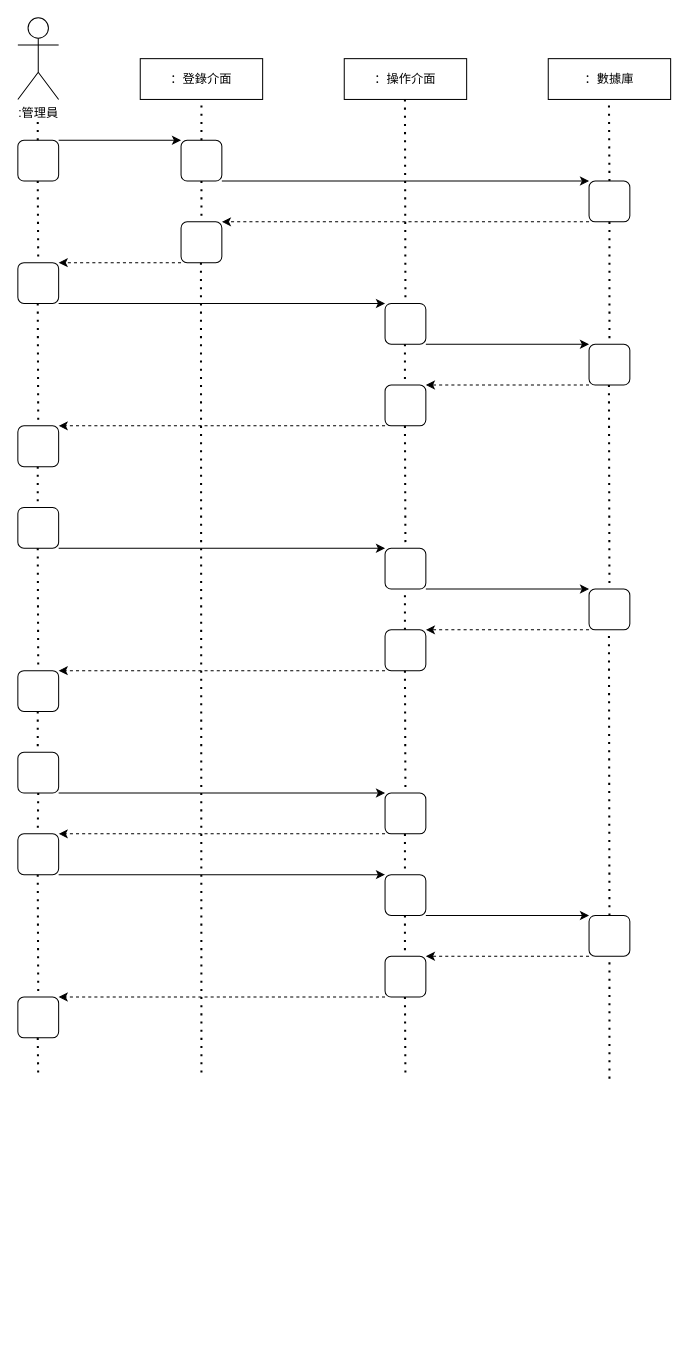
Above: drawio/UML模型圖/圖5-3 系統功能時序圖.drawio in Roseller37/UML-diagram2 (draw.io), before the change. Source tidied: cells renumbered, new cells numbered last; positions are measured from the earlier drawing's top-left corner, leaving out a move shared by most shapes. Both pictures are drawn from the tidied source at 102%, with x=0, y=0 at pixel (17, 17).
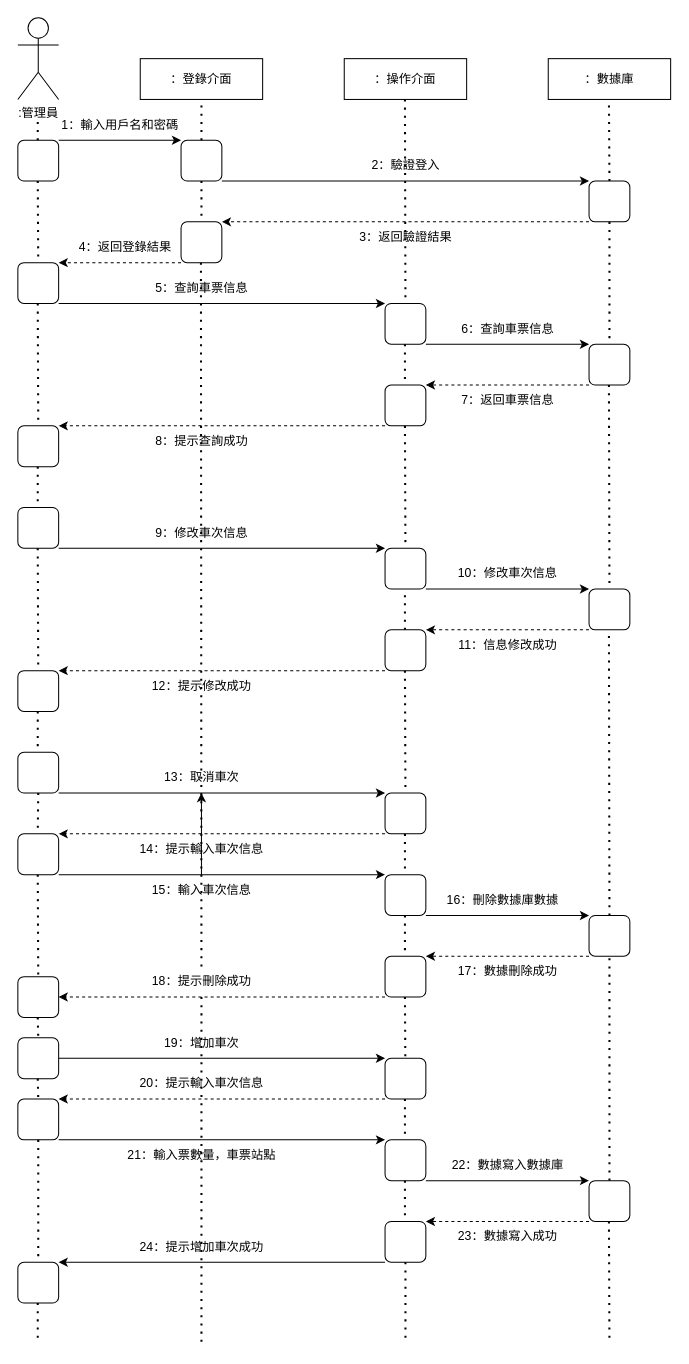
The same page after the edit.

Commit message (it also covers changes not shown here):
更新圖5-3 系統功能時序圖.drawio

The change refers to these unchanged cells:
```xml
<mxCell id="24" style="rounded=1;whiteSpace=wrap;html=1;direction=south;" parent="1" vertex="1">
  <mxGeometry x="560" y="880" width="40" height="40" as="geometry" />
</mxCell>
<mxCell id="25" style="rounded=1;whiteSpace=wrap;html=1;direction=south;" parent="1" vertex="1">
  <mxGeometry x="360" y="920" width="40" height="40" as="geometry" />
</mxCell>
```

What changed in the source:
```diff
@@
     <mxCell id="26" style="rounded=1;whiteSpace=wrap;html=1;direction=south;" parent="1" vertex="1">
-      <mxGeometry y="960" width="40" height="40" as="geometry" />
+      <mxGeometry y="940" width="40" height="40" as="geometry" />
     </mxCell>
@@
-    <mxCell id="30" style="endArrow=none;dashed=1;html=1;dashPattern=1 3;strokeWidth=2;rounded=0;" parent="1" edge="1">
+    <mxCell id="30" style="endArrow=none;dashed=1;html=1;dashPattern=1 3;strokeWidth=2;rounded=0;" parent="1" edge="1" source="89">
       <mxGeometry relative="1" as="geometry">
-        <mxPoint x="179.5" y="240" as="sourcePoint" />
-        <mxPoint x="180" y="1040" as="targetPoint" />
+        <mxPoint x="180" y="1300" as="targetPoint" />
       </mxGeometry>
     </mxCell>
@@
-    <mxCell id="40" style="endArrow=none;dashed=1;html=1;dashPattern=1 3;strokeWidth=2;rounded=0;entryX=0;entryY=0.5;entryDx=0;entryDy=0;" parent="1" edge="1">
+    <mxCell id="40" style="endArrow=none;dashed=1;html=1;dashPattern=1 3;strokeWidth=2;rounded=0;" parent="1" edge="1">
       <mxGeometry relative="1" as="geometry">
         <mxPoint x="19.5" y="840" as="sourcePoint" />
-        <mxPoint x="20" y="960" as="targetPoint" />
+        <mxPoint x="20" y="940" as="targetPoint" />
       </mxGeometry>
     </mxCell>
     <mxCell id="41" style="endArrow=none;dashed=1;html=1;dashPattern=1 3;strokeWidth=2;rounded=0;" parent="1" edge="1">
       <mxGeometry relative="1" as="geometry">
-        <mxPoint x="19.5" y="1000" as="sourcePoint" />
-        <mxPoint x="20" y="1040" as="targetPoint" />
+        <mxPoint x="19.5" y="980" as="sourcePoint" />
+        <mxPoint x="20" y="1000" as="targetPoint" />
       </mxGeometry>
     </mxCell>
@@
-    <mxCell id="51" style="endArrow=none;dashed=1;html=1;dashPattern=1 3;strokeWidth=2;rounded=0;entryX=1;entryY=0.5;entryDx=0;entryDy=0;" parent="1" edge="1" target="24">
-      <mxGeometry relative="1" as="geometry">
-        <mxPoint x="580" y="1040" as="sourcePoint" />
-      </mxGeometry>
+    <mxCell id="51" style="endArrow=none;dashed=1;html=1;dashPattern=1 3;strokeWidth=2;rounded=0;entryX=1;entryY=0.5;entryDx=0;entryDy=0;exitX=0;exitY=0.5;exitDx=0;exitDy=0;" parent="1" edge="1" source="95" target="24">
+      <mxGeometry relative="1" as="geometry" />
     </mxCell>
@@
-    <mxCell id="68" style="endArrow=classic;html=1;rounded=0;entryX=0;entryY=0;entryDx=0;entryDy=0;dashed=1;exitX=1;exitY=1;exitDx=0;exitDy=0;" parent="1" edge="1" source="25" target="26">
+    <mxCell id="68" style="endArrow=classic;html=1;rounded=0;entryX=0.5;entryY=0;entryDx=0;entryDy=0;dashed=1;exitX=1;exitY=1;exitDx=0;exitDy=0;" parent="1" edge="1" source="25" target="26">
       <mxGeometry relative="1" as="geometry" />
     </mxCell>
@@
+    <mxCell id="70" value="1：輸入用戶名和密碼" style="text;html=1;align=center;verticalAlign=middle;strokeColor=none;fillColor=none;" parent="1" vertex="1">
+      <mxGeometry x="30" y="90" width="140" height="30" as="geometry" />
+    </mxCell>
+    <mxCell id="71" value="2：驗證登入" style="text;html=1;align=center;verticalAlign=middle;strokeColor=none;fillColor=none;" parent="1" vertex="1">
+      <mxGeometry x="335" y="130" width="90" height="30" as="geometry" />
+    </mxCell>
+    <mxCell id="72" value="3：返回驗證結果" style="text;html=1;align=center;verticalAlign=middle;strokeColor=none;fillColor=none;" parent="1" vertex="1">
+      <mxGeometry x="325" y="200" width="110" height="30" as="geometry" />
+    </mxCell>
+    <mxCell id="73" value="4：返回登錄結果" style="text;html=1;align=center;verticalAlign=middle;strokeColor=none;fillColor=none;" parent="1" vertex="1">
+      <mxGeometry x="50" y="210" width="110" height="30" as="geometry" />
+    </mxCell>
+    <mxCell id="74" value="5：查詢車票信息" style="text;html=1;align=center;verticalAlign=middle;strokeColor=none;fillColor=none;" parent="1" vertex="1">
+      <mxGeometry x="125" y="250" width="110" height="30" as="geometry" />
+    </mxCell>
+    <mxCell id="75" value="6：查詢車票信息" style="text;html=1;align=center;verticalAlign=middle;strokeColor=none;fillColor=none;" parent="1" vertex="1">
+      <mxGeometry x="425" y="290" width="110" height="30" as="geometry" />
+    </mxCell>
+    <mxCell id="76" value="7：返回車票信息" style="text;html=1;align=center;verticalAlign=middle;strokeColor=none;fillColor=none;" parent="1" vertex="1">
+      <mxGeometry x="425" y="360" width="110" height="30" as="geometry" />
+    </mxCell>
+    <mxCell id="77" value="8：提示查詢成功" style="text;html=1;align=center;verticalAlign=middle;strokeColor=none;fillColor=none;" parent="1" vertex="1">
+      <mxGeometry x="125" y="400" width="110" height="30" as="geometry" />
+    </mxCell>
+    <mxCell id="78" value="9：修改車次信息" style="text;html=1;align=center;verticalAlign=middle;strokeColor=none;fillColor=none;" parent="1" vertex="1">
+      <mxGeometry x="125" y="490" width="110" height="30" as="geometry" />
+    </mxCell>
+    <mxCell id="79" value="10：修改車次信息" style="text;html=1;align=center;verticalAlign=middle;strokeColor=none;fillColor=none;" parent="1" vertex="1">
+      <mxGeometry x="420" y="530" width="120" height="30" as="geometry" />
+    </mxCell>
+    <mxCell id="80" value="11：信息修改成功" style="text;html=1;align=center;verticalAlign=middle;strokeColor=none;fillColor=none;" parent="1" vertex="1">
+      <mxGeometry x="420" y="600" width="120" height="30" as="geometry" />
+    </mxCell>
+    <mxCell id="81" value="12：提示修改成功" style="text;html=1;align=center;verticalAlign=middle;strokeColor=none;fillColor=none;" parent="1" vertex="1">
+      <mxGeometry x="120" y="640" width="120" height="30" as="geometry" />
+    </mxCell>
+    <mxCell id="82" value="13：取消車次" style="text;html=1;align=center;verticalAlign=middle;points=[];strokeColor=none;fillColor=none;" parent="1" vertex="1">
+      <mxGeometry x="130" y="730" width="100" height="30" as="geometry" />
+    </mxCell>
+    <mxCell id="83" value="14：提示輸入車次信息" style="text;html=1;align=center;verticalAlign=middle;strokeColor=none;fillColor=none;" parent="1" vertex="1">
+      <mxGeometry x="110" y="800" width="140" height="30" as="geometry" />
+    </mxCell>
+    <mxCell id="84" style="edgeStyle=orthogonalEdgeStyle;rounded=0;jettySize=auto;html=1;" parent="1" edge="1" source="85" target="82">
+      <mxGeometry relative="1" as="geometry" />
+    </mxCell>
+    <mxCell id="85" value="15：輸入車次信息" style="text;html=1;align=center;verticalAlign=middle;points=[];strokeColor=none;fillColor=none;" parent="1" vertex="1">
+      <mxGeometry x="120" y="840" width="120" height="30" as="geometry" />
+    </mxCell>
+    <mxCell id="86" value="16：刪除數據庫數據" style="text;html=1;align=center;verticalAlign=middle;strokeColor=none;fillColor=none;" parent="1" vertex="1">
+      <mxGeometry x="410" y="850" width="130" height="30" as="geometry" />
+    </mxCell>
+    <mxCell id="87" value="17：數據刪除成功" style="text;html=1;align=center;verticalAlign=middle;strokeColor=none;fillColor=none;" parent="1" vertex="1">
+      <mxGeometry x="420" y="920" width="120" height="30" as="geometry" />
+    </mxCell>
+    <mxCell id="88" style="endArrow=none;dashed=1;html=1;dashPattern=1 3;strokeWidth=2;rounded=0;" parent="1" edge="1" target="89">
+      <mxGeometry relative="1" as="geometry">
+        <mxPoint x="179.5" y="240" as="sourcePoint" />
+      </mxGeometry>
+    </mxCell>
+    <mxCell id="89" value="18：提示刪除成功" style="text;html=1;align=center;verticalAlign=middle;points=[];strokeColor=none;fillColor=none;" parent="1" vertex="1">
+      <mxGeometry x="120" y="930" width="120" height="30" as="geometry" />
+    </mxCell>
+    <mxCell id="90" style="rounded=1;whiteSpace=wrap;html=1;direction=south;" parent="1" vertex="1">
+      <mxGeometry y="1000" width="40" height="40" as="geometry" />
+    </mxCell>
+    <mxCell id="91" style="rounded=1;whiteSpace=wrap;html=1;direction=south;" parent="1" vertex="1">
+      <mxGeometry y="1060" width="40" height="40" as="geometry" />
+    </mxCell>
+    <mxCell id="92" style="rounded=1;whiteSpace=wrap;html=1;direction=south;" parent="1" vertex="1">
+      <mxGeometry y="1220" width="40" height="40" as="geometry" />
+    </mxCell>
+    <mxCell id="93" style="rounded=1;whiteSpace=wrap;html=1;direction=south;" parent="1" vertex="1">
+      <mxGeometry x="360" y="1020" width="40" height="40" as="geometry" />
+    </mxCell>
+    <mxCell id="94" style="rounded=1;whiteSpace=wrap;html=1;direction=south;" parent="1" vertex="1">
+      <mxGeometry x="360" y="1100" width="40" height="40" as="geometry" />
+    </mxCell>
+    <mxCell id="95" style="rounded=1;whiteSpace=wrap;html=1;direction=south;" parent="1" vertex="1">
+      <mxGeometry x="560" y="1140" width="40" height="40" as="geometry" />
+    </mxCell>
+    <mxCell id="96" style="rounded=1;whiteSpace=wrap;html=1;direction=south;" parent="1" vertex="1">
+      <mxGeometry x="360" y="1180" width="40" height="40" as="geometry" />
+    </mxCell>
+    <mxCell id="97" style="endArrow=none;dashed=1;html=1;dashPattern=1 3;strokeWidth=2;rounded=0;exitX=1;exitY=0.5;exitDx=0;exitDy=0;" parent="1" edge="1">
+      <mxGeometry relative="1" as="geometry">
+        <mxPoint x="19.5" y="1040" as="sourcePoint" />
+        <mxPoint x="20" y="1060" as="targetPoint" />
+      </mxGeometry>
+    </mxCell>
+    <mxCell id="98" style="endArrow=none;dashed=1;html=1;dashPattern=1 3;strokeWidth=2;rounded=0;entryX=0;entryY=0.5;entryDx=0;entryDy=0;exitX=1;exitY=0.5;exitDx=0;exitDy=0;" parent="1" edge="1">
+      <mxGeometry relative="1" as="geometry">
+        <mxPoint x="19.5" y="1260" as="sourcePoint" />
+        <mxPoint x="19.5" y="1300" as="targetPoint" />
+      </mxGeometry>
+    </mxCell>
+    <mxCell id="99" style="endArrow=none;dashed=1;html=1;dashPattern=1 3;strokeWidth=2;rounded=0;entryX=0;entryY=0.5;entryDx=0;entryDy=0;exitX=1;exitY=0.5;exitDx=0;exitDy=0;" parent="1" edge="1" source="91" target="92">
+      <mxGeometry relative="1" as="geometry">
+        <Array as="points">
+          <mxPoint x="20" y="1140" />
+        </Array>
+      </mxGeometry>
+    </mxCell>
+    <mxCell id="100" style="endArrow=none;dashed=1;html=1;dashPattern=1 3;strokeWidth=2;rounded=0;entryX=0;entryY=0.5;entryDx=0;entryDy=0;exitX=1;exitY=0.5;exitDx=0;exitDy=0;" parent="1" edge="1">
+      <mxGeometry relative="1" as="geometry">
+        <mxPoint x="379.5" y="1060" as="sourcePoint" />
+        <mxPoint x="379.5" y="1100" as="targetPoint" />
+      </mxGeometry>
+    </mxCell>
+    <mxCell id="101" style="endArrow=none;dashed=1;html=1;dashPattern=1 3;strokeWidth=2;rounded=0;entryX=0;entryY=0.5;entryDx=0;entryDy=0;exitX=1;exitY=0.5;exitDx=0;exitDy=0;" parent="1" edge="1">
+      <mxGeometry relative="1" as="geometry">
+        <mxPoint x="379.5" y="1140" as="sourcePoint" />
+        <mxPoint x="379.5" y="1180" as="targetPoint" />
+      </mxGeometry>
+    </mxCell>
+    <mxCell id="102" style="endArrow=none;dashed=1;html=1;dashPattern=1 3;strokeWidth=2;rounded=0;exitX=1;exitY=0.5;exitDx=0;exitDy=0;" parent="1" edge="1" source="96">
+      <mxGeometry relative="1" as="geometry">
+        <mxPoint x="380" y="1300" as="targetPoint" />
+      </mxGeometry>
+    </mxCell>
+    <mxCell id="103" style="endArrow=none;dashed=1;html=1;dashPattern=1 3;strokeWidth=2;rounded=0;exitX=1;exitY=0.5;exitDx=0;exitDy=0;" parent="1" edge="1">
+      <mxGeometry relative="1" as="geometry">
+        <mxPoint x="579.5" y="1180" as="sourcePoint" />
+        <mxPoint x="580" y="1300" as="targetPoint" />
+      </mxGeometry>
+    </mxCell>
+    <mxCell id="104" style="endArrow=classic;html=1;rounded=0;exitX=0.5;exitY=0;exitDx=0;exitDy=0;entryX=0;entryY=1;entryDx=0;entryDy=0;" parent="1" edge="1" source="90" target="93">
+      <mxGeometry relative="1" as="geometry" />
+    </mxCell>
+    <mxCell id="105" style="endArrow=classic;html=1;rounded=0;exitX=1;exitY=0;exitDx=0;exitDy=0;entryX=0;entryY=1;entryDx=0;entryDy=0;" parent="1" edge="1" source="91" target="94">
+      <mxGeometry relative="1" as="geometry" />
+    </mxCell>
+    <mxCell id="106" style="endArrow=classic;html=1;rounded=0;entryX=0;entryY=0;entryDx=0;entryDy=0;dashed=1;exitX=1;exitY=1;exitDx=0;exitDy=0;" parent="1" edge="1" source="93" target="91">
+      <mxGeometry relative="1" as="geometry" />
+    </mxCell>
+    <mxCell id="107" style="endArrow=classic;html=1;rounded=0;entryX=0;entryY=0;entryDx=0;entryDy=0;dashed=1;exitX=1;exitY=1;exitDx=0;exitDy=0;" parent="1" edge="1" source="95" target="96">
+      <mxGeometry relative="1" as="geometry" />
+    </mxCell>
+    <mxCell id="108" style="endArrow=classic;html=1;rounded=0;exitX=1;exitY=0;exitDx=0;exitDy=0;entryX=0;entryY=1;entryDx=0;entryDy=0;" parent="1" edge="1" source="94" target="95">
+      <mxGeometry relative="1" as="geometry" />
+    </mxCell>
+    <mxCell id="109" style="endArrow=classic;html=1;rounded=0;exitX=1;exitY=1;exitDx=0;exitDy=0;entryX=0;entryY=0;entryDx=0;entryDy=0;" parent="1" edge="1" source="96" target="92">
+      <mxGeometry relative="1" as="geometry" />
+    </mxCell>
+    <mxCell id="110" value="19：增加車次" style="text;html=1;align=center;verticalAlign=middle;strokeColor=none;fillColor=none;" parent="1" vertex="1">
+      <mxGeometry x="130" y="990" width="100" height="30" as="geometry" />
+    </mxCell>
+    <mxCell id="111" value="20：提示輸入車次信息" style="text;html=1;align=center;verticalAlign=middle;strokeColor=none;fillColor=none;" parent="1" vertex="1">
+      <mxGeometry x="110" y="1030" width="140" height="30" as="geometry" />
+    </mxCell>
+    <mxCell id="112" value="21：輸入票數量，車票站點" style="text;html=1;align=center;verticalAlign=middle;strokeColor=none;fillColor=none;" parent="1" vertex="1">
+      <mxGeometry x="95" y="1100" width="170" height="30" as="geometry" />
+    </mxCell>
+    <mxCell id="113" value="22：數據寫入數據庫" style="text;html=1;align=center;verticalAlign=middle;strokeColor=none;fillColor=none;" parent="1" vertex="1">
+      <mxGeometry x="415" y="1110" width="130" height="30" as="geometry" />
+    </mxCell>
+    <mxCell id="114" value="23：數據寫入成功" style="text;html=1;align=center;verticalAlign=middle;strokeColor=none;fillColor=none;" parent="1" vertex="1">
+      <mxGeometry x="420" y="1180" width="120" height="30" as="geometry" />
+    </mxCell>
+    <mxCell id="115" value="24：提示增加車次成功" style="text;html=1;align=center;verticalAlign=middle;strokeColor=none;fillColor=none;" parent="1" vertex="1">
+      <mxGeometry x="110" y="1190" width="140" height="30" as="geometry" />
+    </mxCell>
```
